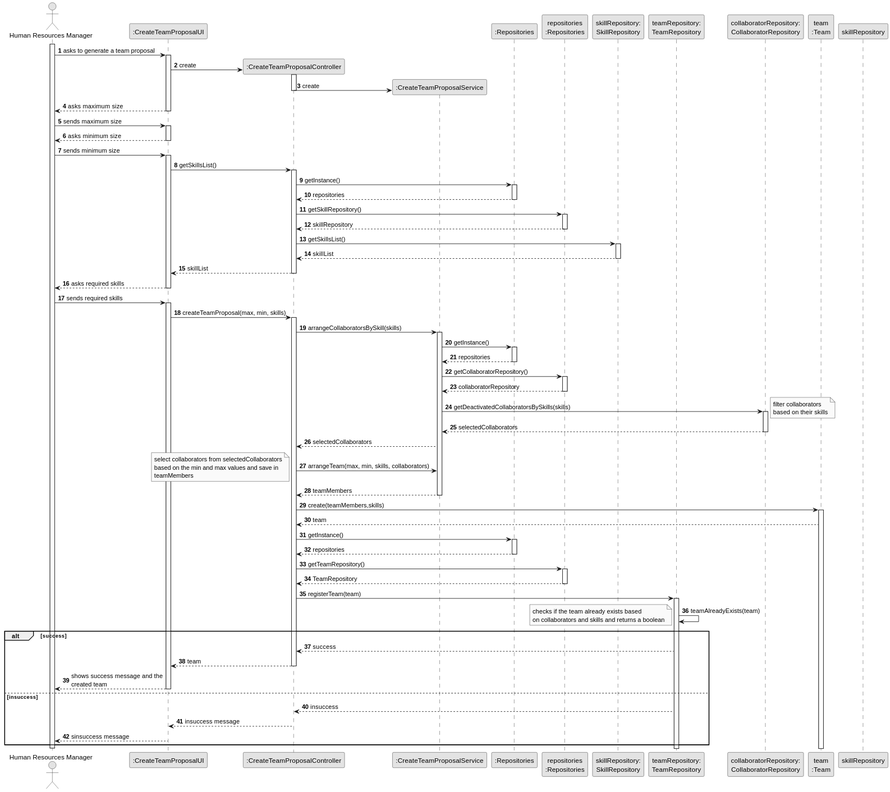
The PlantUML diagram docs/sprintB/us005/03.design/svg/us005-sequence-diagram-full.svg in Departamento-de-Engenharia-Informatica/lei-24-s2-1do-g164, before a commit.
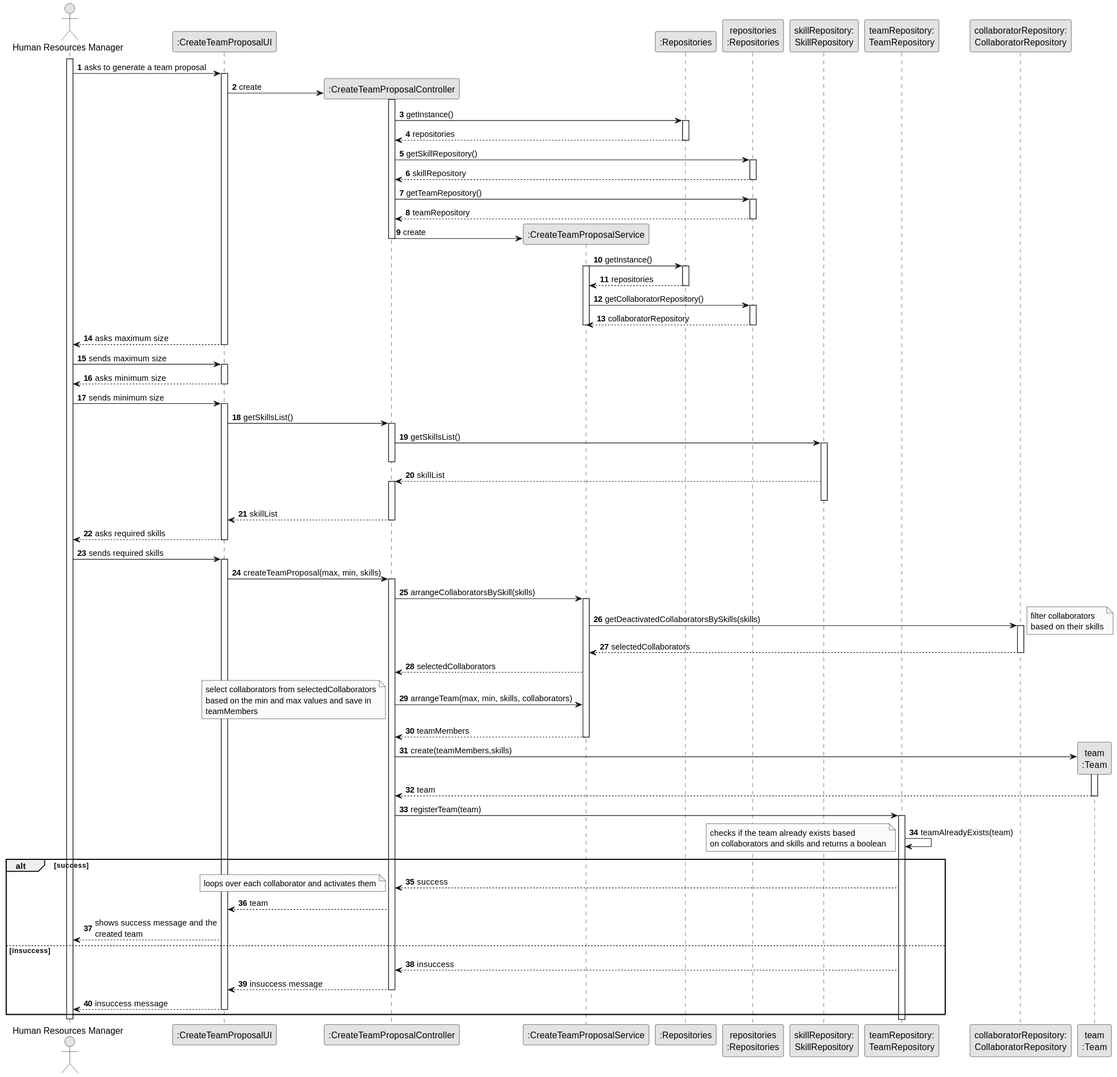
The same diagram one commit later.

What changed in the source:
```diff
@@ -26,8 +26,42 @@
       UI -> CTRL** : create
       activate CTRL
 
-       CTRL-> CreateTeamProposalService**: create
-      deactivate CTRL
+              CTRL -> RepositorySingleton : getInstance()
+                    activate RepositorySingleton
+
+                      RepositorySingleton --> CTRL : repositories
+                    deactivate RepositorySingleton
+
+
+                     CTRL -> PLAT : getSkillRepository()
+                     activate PLAT
+                     PLAT --> CTRL : skillRepository
+                     deactivate PLAT
+
+                     CTRL -> PLAT : getTeamRepository()
+
+                     activate PLAT
+
+                    PLAT --> CTRL : teamRepository
+                      deactivate PLAT
+
+              CTRL->CreateTeamProposalService**: create
+                  deactivate CTRL
+
+                CreateTeamProposalService  -> RepositorySingleton : getInstance()
+                activate CreateTeamProposalService
+                                      activate RepositorySingleton
+
+                                        RepositorySingleton --> CreateTeamProposalService : repositories
+                                      deactivate RepositorySingleton
+
+
+                                       CreateTeamProposalService -> PLAT : getCollaboratorRepository()
+                                       activate PLAT
+                                       PLAT --> CreateTeamProposalService : collaboratorRepository
+                                       deactivate PLAT
+
+deactivate CreateTeamProposalService
     UI --> HRM : asks maximum size
 deactivate UI
 
@@ -43,30 +77,17 @@
 activate UI
     UI -> CTRL : getSkillsList()
 
-
-    activate CTRL
-      CTRL -> RepositorySingleton : getInstance()
-      activate RepositorySingleton
-        RepositorySingleton --> CTRL : repositories
-      deactivate RepositorySingleton
-
-      CTRL -> PLAT : getSkillRepository()
-      activate PLAT
-
-
-       PLAT --> CTRL : skillRepository
-       deactivate PLAT
-       deactivate skillRepository
-
-
+activate CTRL
 
 CTRL -> SkillRepository: getSkillsList()
 activate SkillRepository
+deactivate CTRL
 
         SkillRepository --> CTRL : skillList
-
+    activate CTRL
       deactivate SkillRepository
       CTRL --> UI : skillList
+
 
     deactivate CTRL
 
@@ -84,15 +105,6 @@
     CTRL -> CreateTeamProposalService : arrangeCollaboratorsBySkill(skills)
     activate CreateTeamProposalService
 
-
-CreateTeamProposalService->RepositorySingleton: getInstance()
-activate RepositorySingleton
-RepositorySingleton--> CreateTeamProposalService: repositories
-deactivate RepositorySingleton
-CreateTeamProposalService -> PLAT: getCollaboratorRepository()
-activate PLAT
-PLAT--> CreateTeamProposalService: collaboratorRepository
-deactivate PLAT
 
     CreateTeamProposalService-> CollaboratorRepository : getDeactivatedCollaboratorsBySkills(skills)
           note right : filter collaborators\nbased on their skills
@@ -112,18 +124,11 @@
 
 
 
-CTRL -> TEAM : create(teamMembers,skills)
+CTRL -> TEAM** : create(teamMembers,skills)
 activate TEAM
 TEAM-->CTRL: team
+deactivate TEAM
 
-    CTRL->RepositorySingleton: getInstance()
-activate RepositorySingleton
-RepositorySingleton--> CTRL: repositories
-deactivate RepositorySingleton
-CTRL -> PLAT: getTeamRepository()
-activate PLAT
-PLAT--> CTRL: TeamRepository
-deactivate PLAT
 
 CTRL -> TeamRepository : registerTeam(team)
 
@@ -137,13 +142,13 @@
 alt success
 
         TeamRepository --> CTRL : success
+        note bottom: loops over each collaborator and activates them
 
 
       CTRL --> UI : team
 
-    deactivate CTRL
     UI --> HRM : shows success message and the\ncreated team
-  deactivate UI
+
 else insuccess
  TeamRepository --> CTRL : insuccess
 
@@ -151,7 +156,7 @@
       CTRL --> UI : insuccess message
 
     deactivate CTRL
-    UI --> HRM : sinsuccess message
+    UI --> HRM : insuccess message
   deactivate UI
 
  end
```
